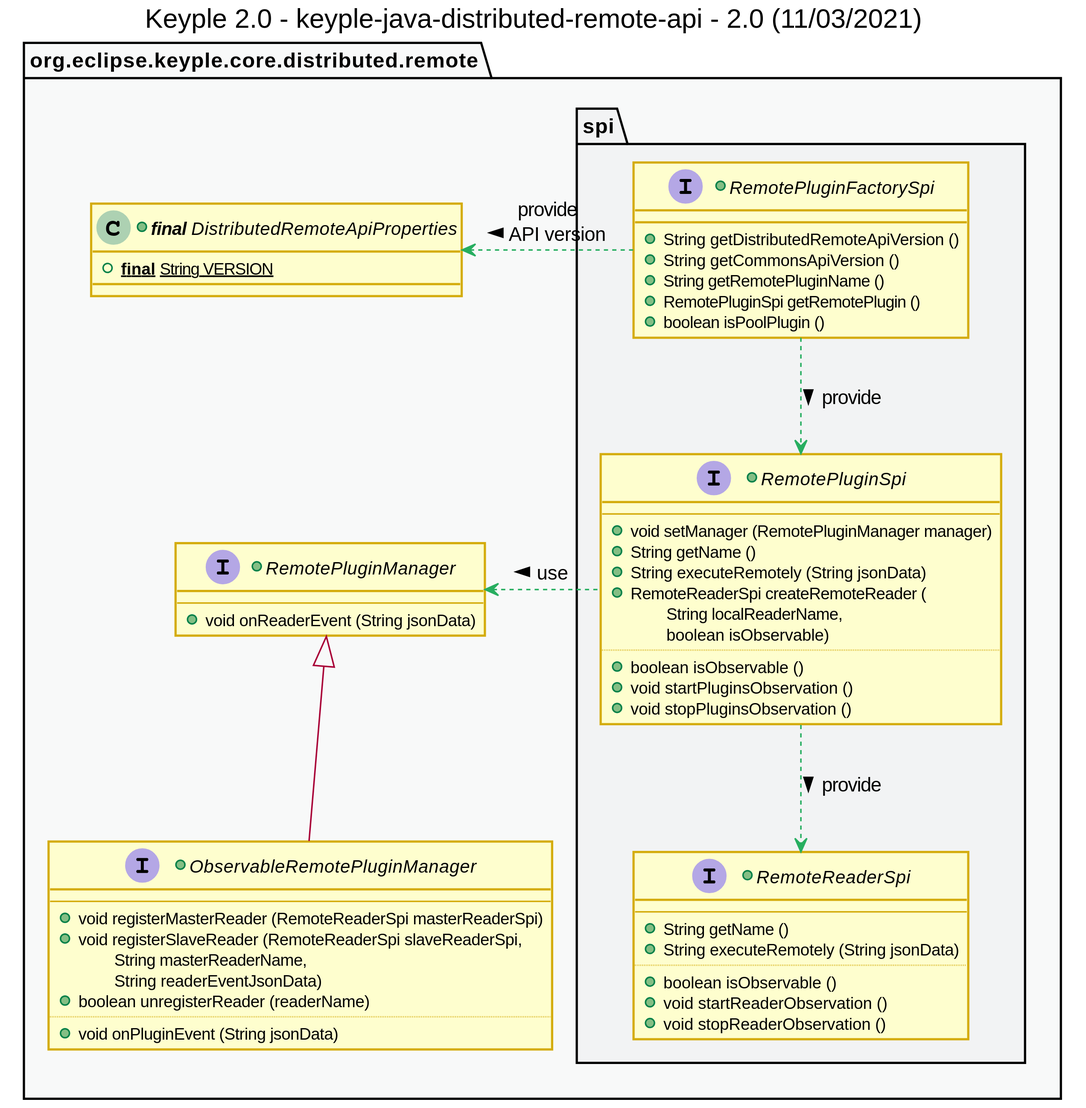
Before: uml/class/private-api/keyple_2_0_class_distributed_remote_api.svg, a diagram exported from PlantUML (calypsonet/keyple_2_0).
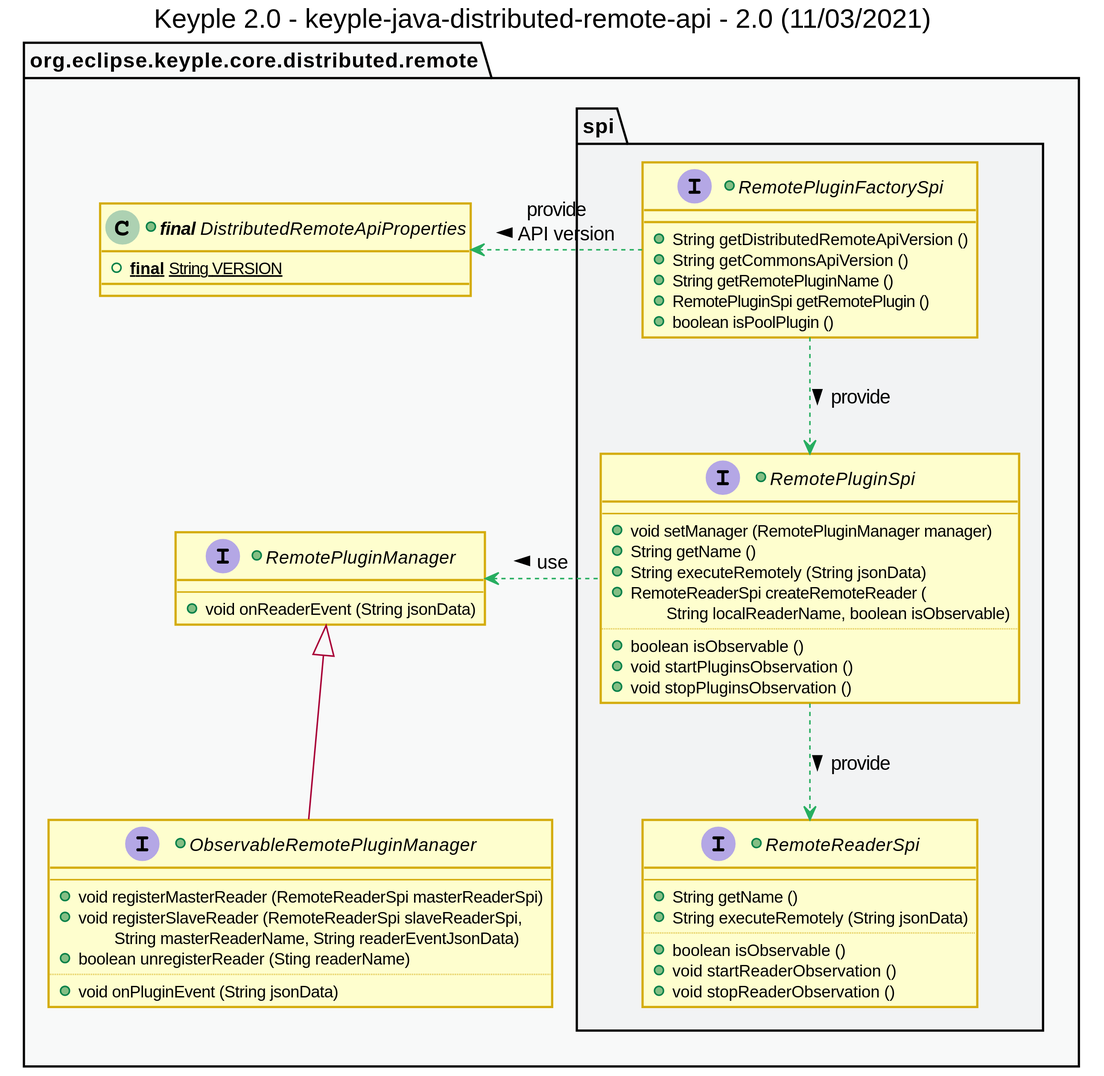
After the commit.

What changed in the source:
```diff
@@ -49,9 +49,8 @@
         --
         +void registerMasterReader (RemoteReaderSpi masterReaderSpi)
         +void registerSlaveReader (RemoteReaderSpi slaveReaderSpi,
-            \tString masterReaderName,
-            \tString readerEventJsonData)
-        +boolean unregisterReader (readerName)
+            \tString masterReaderName, String readerEventJsonData)
+        +boolean unregisterReader (Sting readerName)
         ..
         +void onPluginEvent (String jsonData)
     }
@@ -69,8 +68,7 @@
             +String getName ()
             +String executeRemotely (String jsonData)
             +RemoteReaderSpi createRemoteReader (
-                \tString localReaderName,
-                \tboolean isObservable)
+                \tString localReaderName, boolean isObservable)
             ..
             +boolean isObservable ()
             +void startPluginsObservation ()
```
